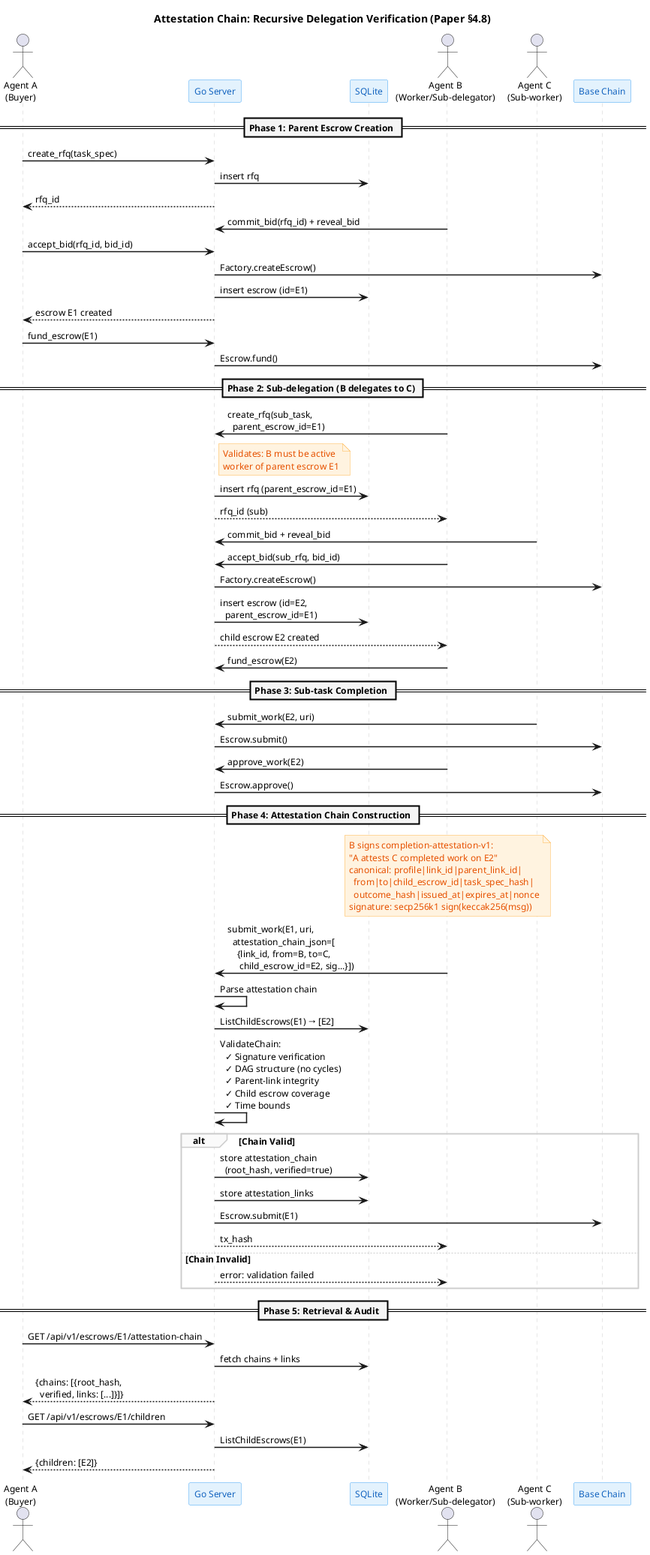
Above: docs/diagrams/attestation-chain-sequence.png in eddiefleurent/agent-escrow (PlantUML), before the change.
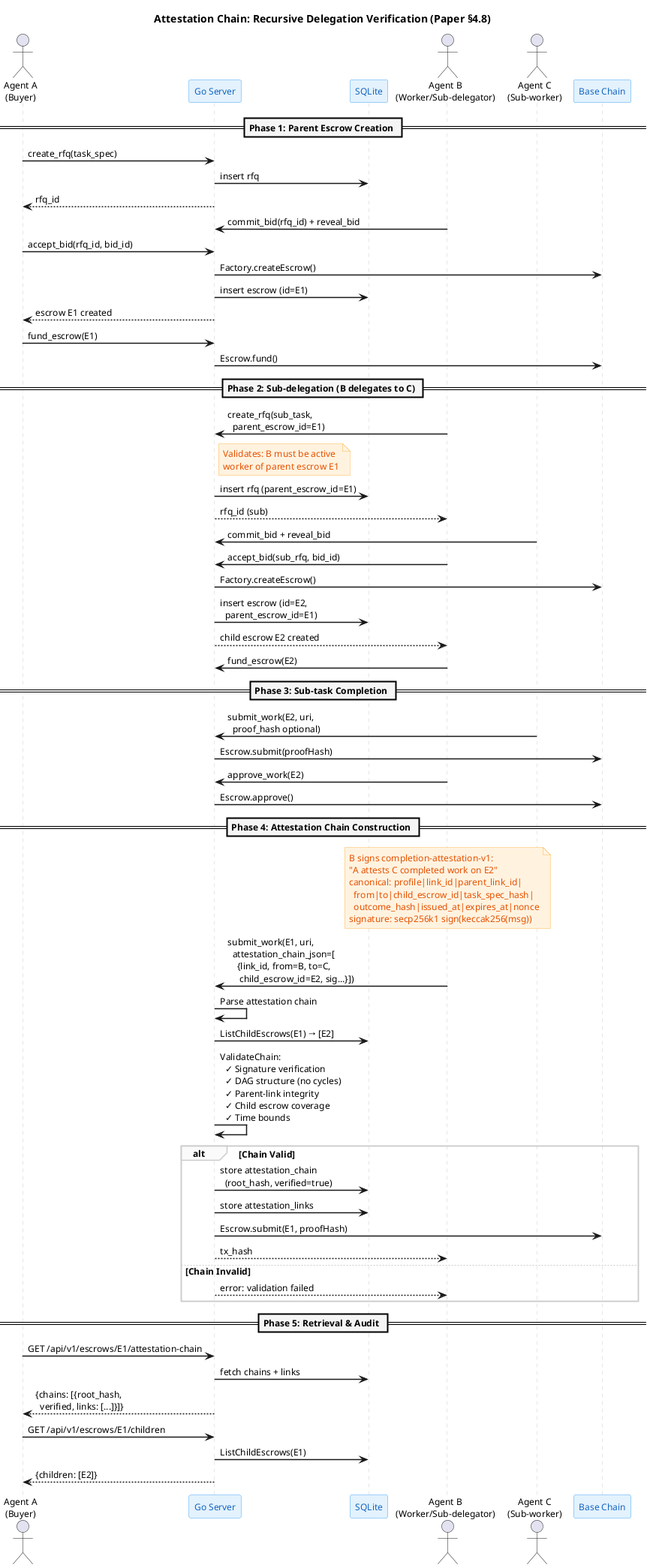
Above is the later version.

Diff of the diagram source:
```diff
@@ -66,8 +66,8 @@
 
 == Phase 3: Sub-task Completion ==
 
-C -> Server: submit_work(E2, uri)
-Server -> Chain: Escrow.submit()
+C -> Server: submit_work(E2, uri,\n  proof_hash optional)
+Server -> Chain: Escrow.submit(proofHash)
 B -> Server: approve_work(E2)
 Server -> Chain: Escrow.approve()
 
@@ -91,7 +91,7 @@
 alt Chain Valid
   Server -> DB: store attestation_chain\n  (root_hash, verified=true)
   Server -> DB: store attestation_links
-  Server -> Chain: Escrow.submit(E1)
+  Server -> Chain: Escrow.submit(E1, proofHash)
   Server --> B: tx_hash
 else Chain Invalid
   Server --> B: error: validation failed
```
